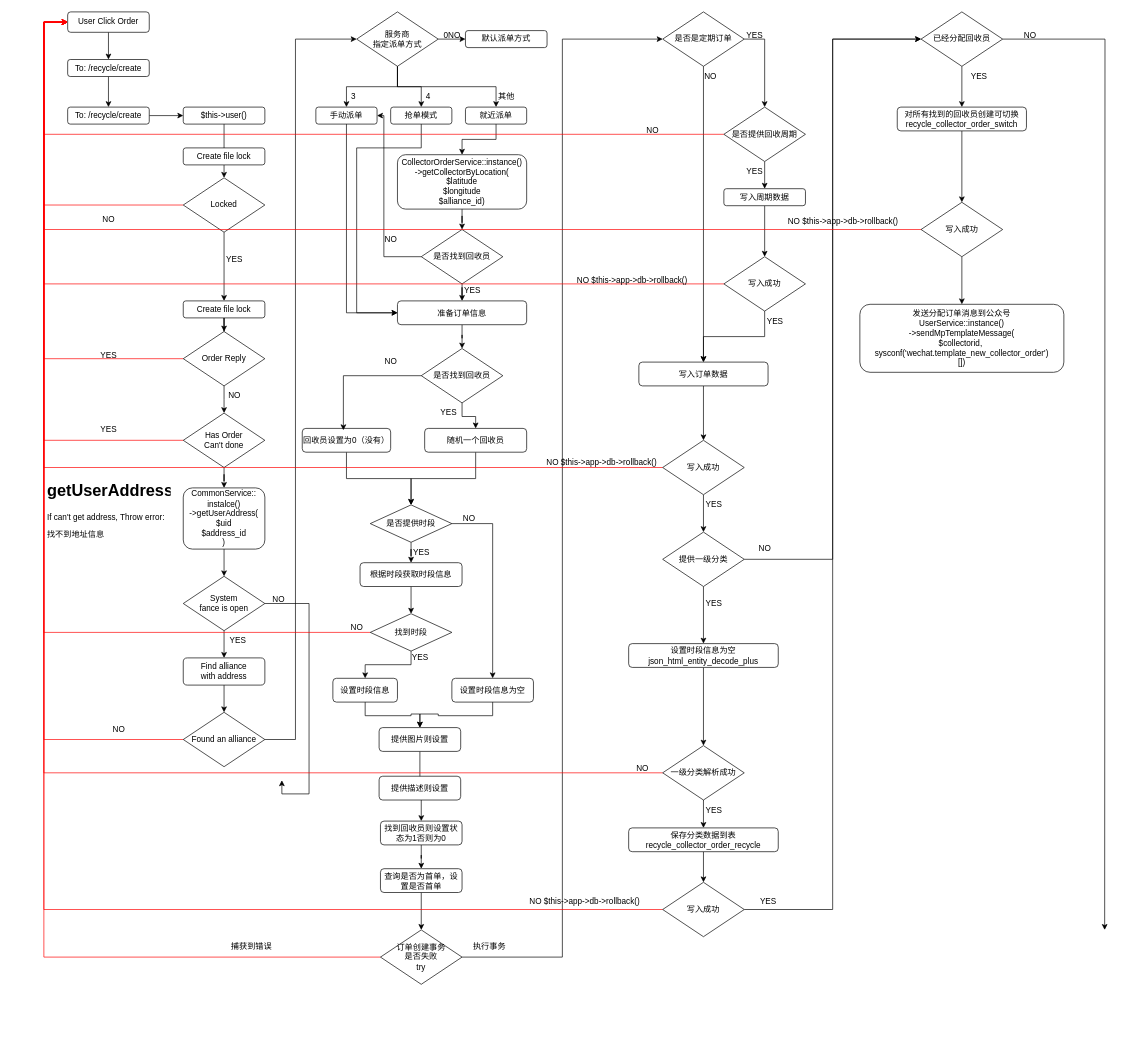
C726/files keeps this draw.io diagram as 废品回收交易流程.drawio. Above is the earlier version. Source tidied: cells renumbered, new cells numbered last; positions are measured from the earlier drawing's top-left corner, leaving out a move shared by most shapes. Both pictures are drawn from the tidied source at 68%, with x=0, y=0 at pixel (44, 12).
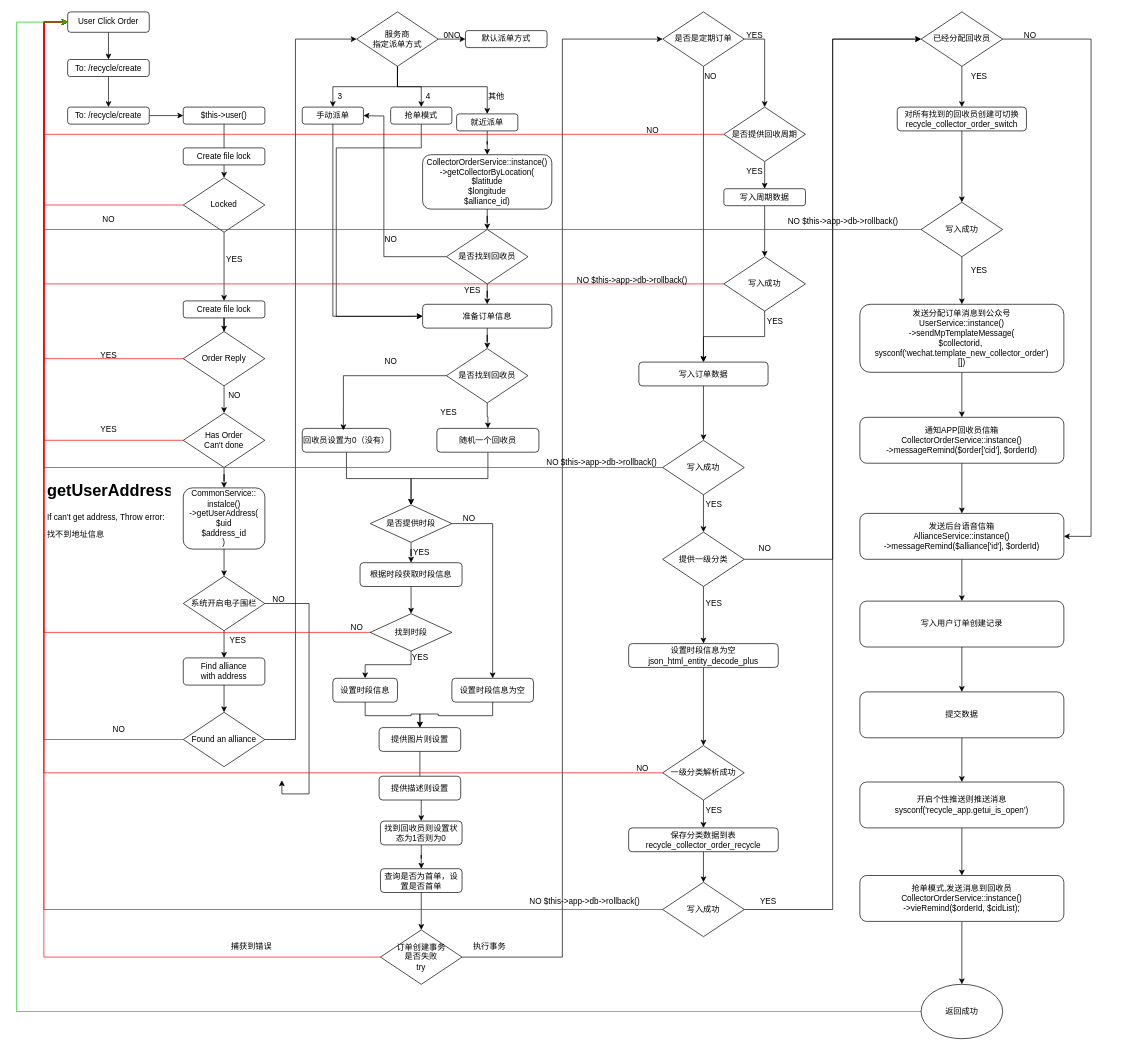
The same diagram, later.

Commit message:
更新废品回收交易流程.drawio

The change refers to these unchanged cells:
```xml
<mxCell id="3" value="User Click Order" style="rounded=1;whiteSpace=wrap;html=1;" parent="1" vertex="1">
  <mxGeometry x="35" width="120" height="30" as="geometry" />
</mxCell>
<mxCell id="45" value="服务商&lt;br&gt;指定派单方式" style="rhombus;whiteSpace=wrap;html=1;" parent="1" vertex="1">
  <mxGeometry x="460" width="120" height="80" as="geometry" />
</mxCell>
<mxCell id="51" value="抢单模式" style="whiteSpace=wrap;html=1;rounded=1;" parent="1" vertex="1">
  <mxGeometry x="510" y="140" width="90" height="25" as="geometry" />
</mxCell>
<mxCell id="144" value="已经分配回收员" style="rhombus;whiteSpace=wrap;html=1;" parent="1" vertex="1">
  <mxGeometry x="1290" width="120" height="80" as="geometry" />
</mxCell>
<mxCell id="157" value="发送分配订单消息到公众号&lt;br&gt;UserService::instance()&lt;br&gt;-&amp;gt;sendMpTemplateMessage(&lt;br&gt;$collectorid,&amp;nbsp;&lt;br&gt;sysconf('wechat.template_new_collector_order')&lt;br&gt;[])" style="whiteSpace=wrap;html=1;rounded=1;" parent="1" vertex="1">
  <mxGeometry x="1200" y="430" width="300" height="100" as="geometry" />
</mxCell>
```

What changed in the source:
```diff
@@
-    <mxCell id="35" value="System&lt;br&gt;fance is open" style="rhombus;whiteSpace=wrap;html=1;" parent="1" vertex="1">
+    <mxCell id="35" value="系统开启电子围栏" style="rhombus;whiteSpace=wrap;html=1;" parent="1" vertex="1">
       <mxGeometry x="205" y="830" width="120" height="80" as="geometry" />
     </mxCell>
@@
     <mxCell id="42" style="edgeStyle=orthogonalEdgeStyle;rounded=0;jettySize=auto;html=1;exitX=0.5;exitY=1;exitDx=0;exitDy=0;entryX=0.5;entryY=0;entryDx=0;entryDy=0;" parent="1" edge="1" source="45" target="49">
       <mxGeometry relative="1" as="geometry">
         <Array as="points">
           <mxPoint x="520" y="110" />
-          <mxPoint x="445" y="110" />
+          <mxPoint x="425" y="110" />
         </Array>
       </mxGeometry>
     </mxCell>
@@
     <mxCell id="44" style="edgeStyle=orthogonalEdgeStyle;rounded=0;jettySize=auto;html=1;exitX=0.5;exitY=1;exitDx=0;exitDy=0;entryX=0.5;entryY=0;entryDx=0;entryDy=0;" parent="1" edge="1" source="45" target="53">
       <mxGeometry relative="1" as="geometry">
         <Array as="points">
           <mxPoint x="520" y="110" />
-          <mxPoint x="665" y="110" />
+          <mxPoint x="652" y="110" />
         </Array>
       </mxGeometry>
     </mxCell>
@@
     <mxCell id="49" value="手动派单" style="whiteSpace=wrap;html=1;rounded=1;" parent="1" vertex="1">
-      <mxGeometry x="400" y="140" width="90" height="25" as="geometry" />
+      <mxGeometry x="380" y="140" width="90" height="25" as="geometry" />
     </mxCell>
     <mxCell id="50" style="edgeStyle=orthogonalEdgeStyle;rounded=0;jettySize=auto;html=1;exitX=0.5;exitY=1;exitDx=0;exitDy=0;entryX=0;entryY=0.5;entryDx=0;entryDy=0;" parent="1" edge="1" source="51" target="64">
       <mxGeometry relative="1" as="geometry">
         <Array as="points">
           <mxPoint x="555" y="200" />
-          <mxPoint x="460" y="200" />
-          <mxPoint x="460" y="442" />
+          <mxPoint x="430" y="200" />
+          <mxPoint x="430" y="448" />
+          <mxPoint x="530" y="448" />
         </Array>
       </mxGeometry>
     </mxCell>
@@
     <mxCell id="53" value="就近派单" style="whiteSpace=wrap;html=1;rounded=1;" parent="1" vertex="1">
-      <mxGeometry x="620" y="140" width="90" height="25" as="geometry" />
+      <mxGeometry x="607" y="150" width="90" height="25" as="geometry" />
     </mxCell>
     <mxCell id="54" value="3" style="text;html=1;align=center;verticalAlign=middle;strokeColor=none;fillColor=none;" parent="1" vertex="1">
-      <mxGeometry x="440" y="110" width="30" height="30" as="geometry" />
+      <mxGeometry x="420" y="110" width="30" height="30" as="geometry" />
     </mxCell>
@@
     <mxCell id="56" value="其他" style="text;html=1;align=center;verticalAlign=middle;strokeColor=none;fillColor=none;" parent="1" vertex="1">
-      <mxGeometry x="655" y="110" width="50" height="30" as="geometry" />
+      <mxGeometry x="640" y="110" width="50" height="30" as="geometry" />
     </mxCell>
@@
     <mxCell id="58" value="CollectorOrderService::instance()&lt;br&gt;-&amp;gt;getCollectorByLocation(&lt;br&gt;$latitude&lt;br&gt;$longitude&lt;br&gt;$alliance_id)" style="whiteSpace=wrap;html=1;rounded=1;" parent="1" vertex="1">
-      <mxGeometry x="520" y="210" width="190" height="80" as="geometry" />
+      <mxGeometry x="557" y="210" width="190" height="80" as="geometry" />
     </mxCell>
@@
     <mxCell id="61" value="是否找到回收员" style="rhombus;whiteSpace=wrap;html=1;" parent="1" vertex="1">
-      <mxGeometry x="555" y="320" width="120" height="80" as="geometry" />
+      <mxGeometry x="592" y="320" width="120" height="80" as="geometry" />
     </mxCell>
@@
     <mxCell id="64" value="准备订单信息" style="whiteSpace=wrap;html=1;rounded=1;" parent="1" vertex="1">
-      <mxGeometry x="520" y="425" width="190" height="35" as="geometry" />
+      <mxGeometry x="557" y="430" width="190" height="35" as="geometry" />
     </mxCell>
@@
     <mxCell id="66" value="是否找到回收员" style="rhombus;whiteSpace=wrap;html=1;" parent="1" vertex="1">
-      <mxGeometry x="555" y="495" width="120" height="80" as="geometry" />
+      <mxGeometry x="592" y="495" width="120" height="80" as="geometry" />
     </mxCell>
@@
     <mxCell id="68" value="随机一个回收员" style="whiteSpace=wrap;html=1;rounded=1;" parent="1" vertex="1">
-      <mxGeometry x="560" y="612.5" width="150" height="35" as="geometry" />
+      <mxGeometry x="578" y="612.5" width="150" height="35" as="geometry" />
     </mxCell>
@@
-    <mxCell id="142" style="edgeStyle=orthogonalEdgeStyle;rounded=0;jettySize=auto;html=1;exitX=1;exitY=0.5;exitDx=0;exitDy=0;" parent="1" edge="1" source="144">
+    <mxCell id="142" style="edgeStyle=orthogonalEdgeStyle;rounded=0;jettySize=auto;html=1;exitX=1;exitY=0.5;exitDx=0;exitDy=0;entryX=1;entryY=0.5;entryDx=0;entryDy=0;" parent="1" edge="1" source="144" target="163">
       <mxGeometry relative="1" as="geometry">
-        <mxPoint x="1560" y="1350" as="targetPoint" />
+        <Array as="points">
+          <mxPoint x="1540" y="40" />
+          <mxPoint x="1540" y="771" />
+        </Array>
       </mxGeometry>
     </mxCell>
@@
+    <mxCell id="158" style="edgeStyle=orthogonalEdgeStyle;rounded=0;jettySize=auto;html=1;" parent="1" edge="1" source="157" target="161">
+      <mxGeometry relative="1" as="geometry" />
+    </mxCell>
@@
+    <mxCell id="159" value="YES" style="text;html=1;align=center;verticalAlign=middle;strokeColor=none;fillColor=none;" parent="1" vertex="1">
+      <mxGeometry x="1350" y="365" width="50" height="30" as="geometry" />
+    </mxCell>
+    <mxCell id="160" style="edgeStyle=orthogonalEdgeStyle;rounded=0;jettySize=auto;html=1;" parent="1" edge="1" source="161" target="163">
+      <mxGeometry relative="1" as="geometry" />
+    </mxCell>
+    <mxCell id="161" value="通知APP回收员信箱&lt;br&gt;CollectorOrderService::instance()&lt;br&gt;-&amp;gt;messageRemind($order['cid'], $orderId)&lt;br&gt;" style="whiteSpace=wrap;html=1;rounded=1;" parent="1" vertex="1">
+      <mxGeometry x="1200" y="596.2" width="300" height="67.5" as="geometry" />
+    </mxCell>
+    <mxCell id="162" style="edgeStyle=orthogonalEdgeStyle;rounded=0;jettySize=auto;html=1;" parent="1" edge="1" source="163" target="165">
+      <mxGeometry relative="1" as="geometry" />
+    </mxCell>
+    <mxCell id="163" value="发送后台语音信箱&lt;br&gt;&lt;div&gt;AllianceService::instance()&lt;/div&gt;&lt;div&gt;-&amp;gt;messageRemind($alliance['id'], $orderId)&lt;/div&gt;" style="whiteSpace=wrap;html=1;rounded=1;" parent="1" vertex="1">
+      <mxGeometry x="1200" y="737.5" width="300" height="67.5" as="geometry" />
+    </mxCell>
+    <mxCell id="164" style="edgeStyle=orthogonalEdgeStyle;rounded=0;jettySize=auto;html=1;" parent="1" edge="1" source="165" target="167">
+      <mxGeometry relative="1" as="geometry" />
+    </mxCell>
+    <mxCell id="165" value="写入用户订单创建记录" style="whiteSpace=wrap;html=1;rounded=1;" parent="1" vertex="1">
+      <mxGeometry x="1200" y="866.5" width="300" height="67.5" as="geometry" />
+    </mxCell>
+    <mxCell id="166" style="edgeStyle=orthogonalEdgeStyle;rounded=0;jettySize=auto;html=1;" parent="1" edge="1" source="167" target="169">
+      <mxGeometry relative="1" as="geometry" />
+    </mxCell>
+    <mxCell id="167" value="提交数据" style="whiteSpace=wrap;html=1;rounded=1;" parent="1" vertex="1">
+      <mxGeometry x="1200" y="1000" width="300" height="67.5" as="geometry" />
+    </mxCell>
+    <mxCell id="168" style="edgeStyle=orthogonalEdgeStyle;rounded=0;jettySize=auto;html=1;" parent="1" edge="1" source="169" target="171">
+      <mxGeometry relative="1" as="geometry" />
+    </mxCell>
+    <mxCell id="169" value="开启个性推送则推送消息&lt;br&gt;sysconf('recycle_app.getui_is_open')" style="whiteSpace=wrap;html=1;rounded=1;" parent="1" vertex="1">
+      <mxGeometry x="1200" y="1132.5" width="300" height="67.5" as="geometry" />
+    </mxCell>
+    <mxCell id="170" style="edgeStyle=orthogonalEdgeStyle;rounded=0;jettySize=auto;html=1;" parent="1" edge="1" source="171" target="173">
+      <mxGeometry relative="1" as="geometry" />
+    </mxCell>
+    <mxCell id="171" value="抢单模式,发送消息到回收员&lt;br&gt;&lt;div&gt;CollectorOrderService::instance()&lt;/div&gt;&lt;div&gt;-&amp;gt;vieRemind($orderId, $cidList);&lt;/div&gt;" style="whiteSpace=wrap;html=1;rounded=1;" parent="1" vertex="1">
+      <mxGeometry x="1200" y="1270" width="300" height="67.5" as="geometry" />
+    </mxCell>
+    <mxCell id="172" style="edgeStyle=orthogonalEdgeStyle;rounded=0;jettySize=auto;html=1;exitX=0;exitY=0.5;exitDx=0;exitDy=0;entryX=0;entryY=0.5;entryDx=0;entryDy=0;strokeColor=#00CC00;" parent="1" edge="1" source="173" target="3">
+      <mxGeometry relative="1" as="geometry">
+        <Array as="points">
+          <mxPoint x="-40" y="1470" />
+          <mxPoint x="-40" y="15" />
+        </Array>
+      </mxGeometry>
+    </mxCell>
+    <mxCell id="173" value="返回成功" style="ellipse;whiteSpace=wrap;html=1;" parent="1" vertex="1">
+      <mxGeometry x="1290" y="1430" width="120" height="80" as="geometry" />
+    </mxCell>
```
